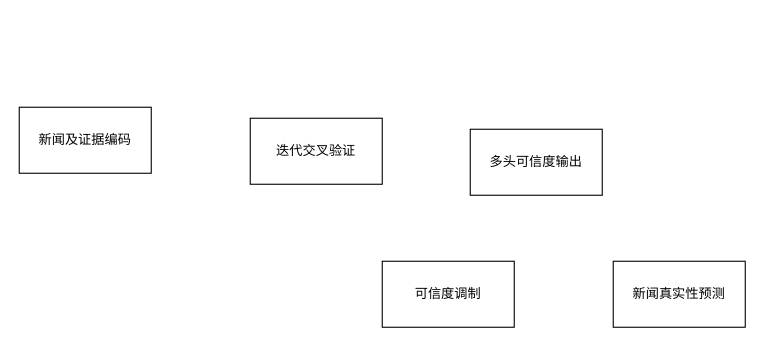
Earlier version of the draw.io diagram 未命名绘图.drawio (nffxdhd88/learngit). Source tidied: cells renumbered, new cells numbered last; positions are measured from the earlier drawing's top-left corner, leaving out a move shared by most shapes. Both pictures are drawn from the tidied source at 110%, with x=0, y=0 at pixel (19, 107).
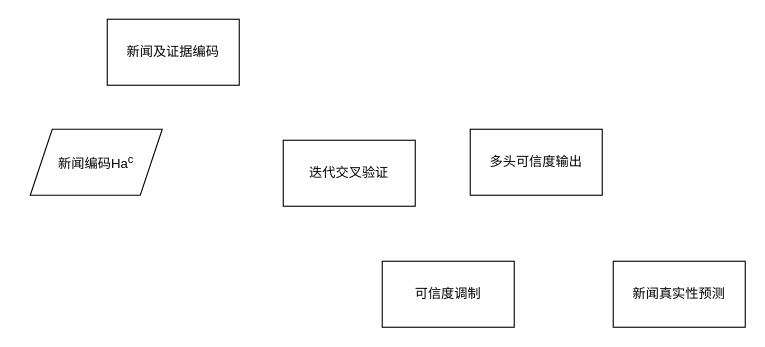
The same diagram, later.

Commit message (it also covers changes not shown here):
更新未命名绘图.drawio

What changed in the source:
```diff
@@
 <mxGraphModel>
   <root>
     <mxCell id="0" />
     <mxCell id="1" parent="0" />
     <mxCell id="2" value="新闻及证据编码" style="rounded=0;whiteSpace=wrap;html=1;" parent="1" vertex="1">
-      <mxGeometry width="120" height="60" as="geometry" />
+      <mxGeometry x="80" y="-80" width="120" height="60" as="geometry" />
     </mxCell>
     <mxCell id="3" value="迭代交叉验证" style="rounded=0;whiteSpace=wrap;html=1;" parent="1" vertex="1">
-      <mxGeometry x="210" y="10" width="120" height="60" as="geometry" />
+      <mxGeometry x="240" y="30" width="120" height="60" as="geometry" />
     </mxCell>
     <mxCell id="4" value="多头可信度输出" style="rounded=0;whiteSpace=wrap;html=1;" parent="1" vertex="1">
       <mxGeometry x="410" y="20" width="120" height="60" as="geometry" />
     </mxCell>
     <mxCell id="5" value="可信度调制" style="rounded=0;whiteSpace=wrap;html=1;" parent="1" vertex="1">
       <mxGeometry x="330" y="140" width="120" height="60" as="geometry" />
     </mxCell>
     <mxCell id="6" value="新闻真实性预测" style="rounded=0;whiteSpace=wrap;html=1;" parent="1" vertex="1">
       <mxGeometry x="540" y="140" width="120" height="60" as="geometry" />
     </mxCell>
+    <mxCell id="7" value="新闻编码Ha&lt;sup&gt;c&lt;/sup&gt;" style="shape=parallelogram;perimeter=parallelogramPerimeter;whiteSpace=wrap;html=1;fixedSize=1;" parent="1" vertex="1">
+      <mxGeometry x="10" y="20" width="120" height="60" as="geometry" />
+    </mxCell>
   </root>
 </mxGraphModel>
```
